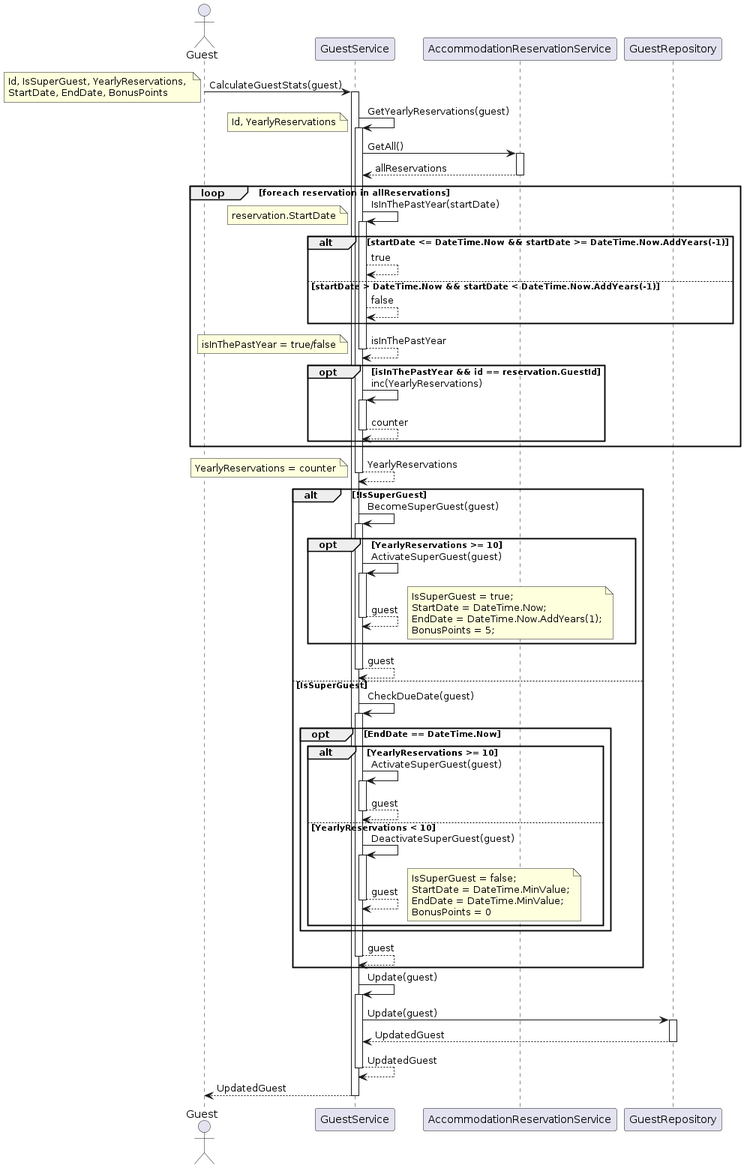
katarinap02/booking-application keeps this PlantUML diagram as Diagrams/Sequence diagrams/Guest/SuperGuestSequenceDiagram.png. Above is the earlier version. Its diagram source:
```plantuml
@startuml
actor Guest as G
participant GuestService as GS
participant AccommodationReservationService as AR
participant GuestRepository as GR

G -> GS++ : CalculateGuestStats(guest)
note left
Id, IsSuperGuest, YearlyReservations,
StartDate, EndDate, BonusPoints
end note

GS -> GS++ : GetYearlyReservations(guest)
note left
Id, YearlyReservations
end note

GS -> AR++ : GetAll()
AR --> GS-- : allReservations

loop foreach reservation in allReservations

       GS-> GS++ : IsInThePastYear(startDate)
       note left
         reservation.StartDate
       end note
       alt startDate <= DateTime.Now && startDate >= DateTime.Now.AddYears(-1)
           GS --> GS : true
       else startDate > DateTime.Now && startDate < DateTime.Now.AddYears(-1)
          GS --> GS : false

       end


       GS --> GS-- : isInThePastYear
       note left
         isInThePastYear = true/false
       end note

       opt isInThePastYear && id == reservation.GuestId
       GS -> GS++ : inc(YearlyReservations)
       GS --> GS-- : counter

       end

end
GS --> GS-- : YearlyReservations
note left
   YearlyReservations = counter
end note

alt !IsSuperGuest
    GS -> GS++ : BecomeSuperGuest(guest)
   opt YearlyReservations >= 10
      GS -> GS++ : ActivateSuperGuest(guest)
      GS --> GS-- : guest
      note right
       IsSuperGuest = true;
       StartDate = DateTime.Now;
       EndDate = DateTime.Now.AddYears(1);
       BonusPoints = 5;
     end note
   end
   GS --> GS-- : guest
else IsSuperGuest
   GS -> GS++ : CheckDueDate(guest)
   opt EndDate == DateTime.Now
    alt YearlyReservations >= 10
      GS -> GS++ : ActivateSuperGuest(guest)
      GS --> GS-- : guest
   else YearlyReservations < 10
     GS -> GS++ : DeactivateSuperGuest(guest)
     GS --> GS-- : guest
     note right
       IsSuperGuest = false;
       StartDate = DateTime.MinValue;
       EndDate = DateTime.MinValue;
       BonusPoints = 0
     end note
   end

   end
    GS --> GS-- : guest
end
GS -> GS++ : Update(guest)
GS -> GR++ : Update(guest)
GR --> GS-- : UpdatedGuest
GS --> GS-- : UpdatedGuest
GS --> G-- : UpdatedGuest
deactivate GS
@enduml
```
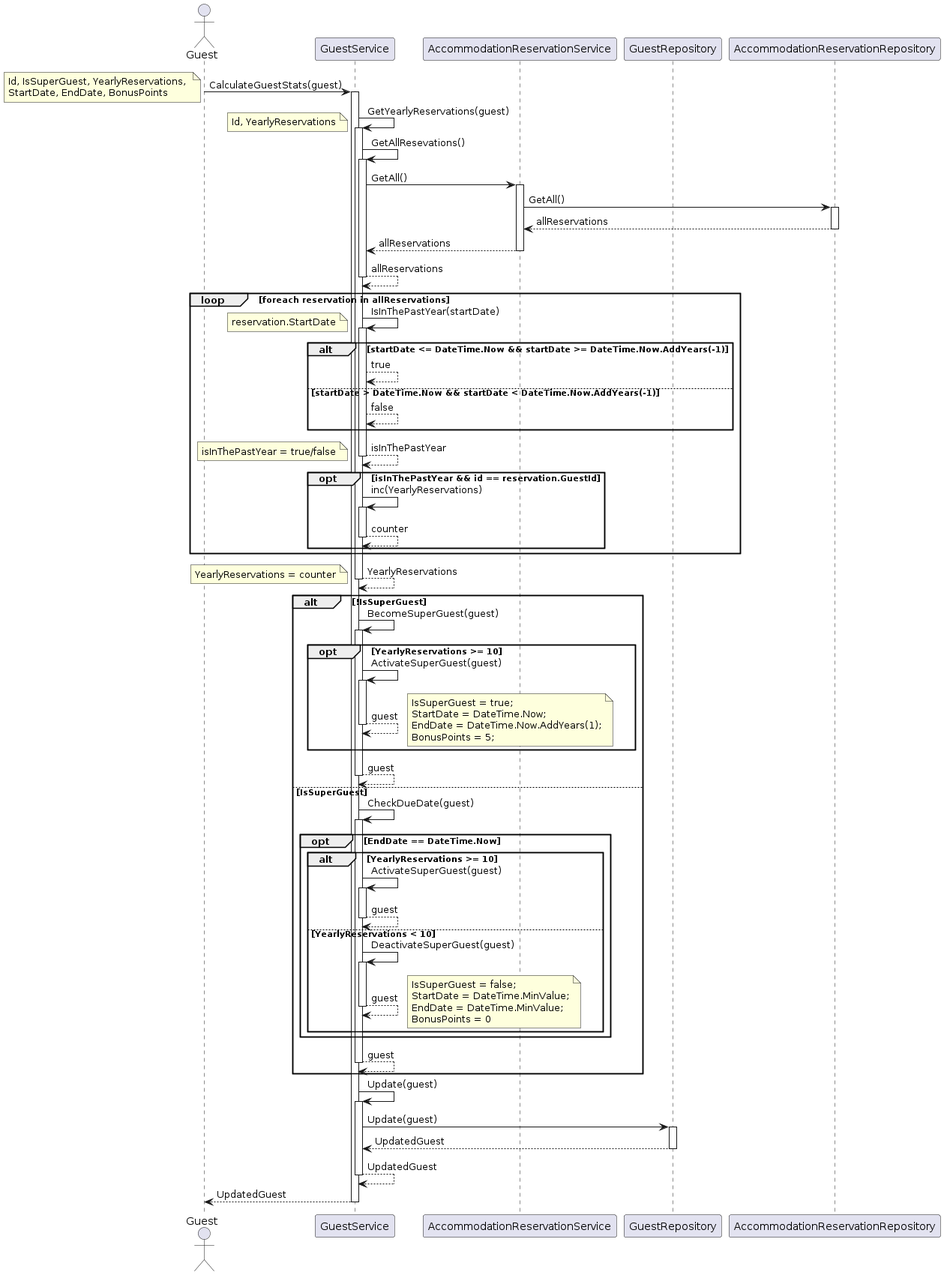
The same diagram one commit later.

Commit message:
Updated class diagrams

Diff of the diagram source:
```diff
@@ -3,6 +3,7 @@
 participant GuestService as GS
 participant AccommodationReservationService as AR
 participant GuestRepository as GR
+participant AccommodationReservationRepository as ARR
 
 G -> GS++ : CalculateGuestStats(guest)
 note left
@@ -15,8 +16,12 @@
 Id, YearlyReservations
 end note
 
+GS -> GS++ : GetAllResevations()
 GS -> AR++ : GetAll()
+AR -> ARR++ : GetAll()
+ARR --> AR-- : allReservations
 AR --> GS-- : allReservations
+GS --> GS-- : allReservations
 
 loop foreach reservation in allReservations
 
```
